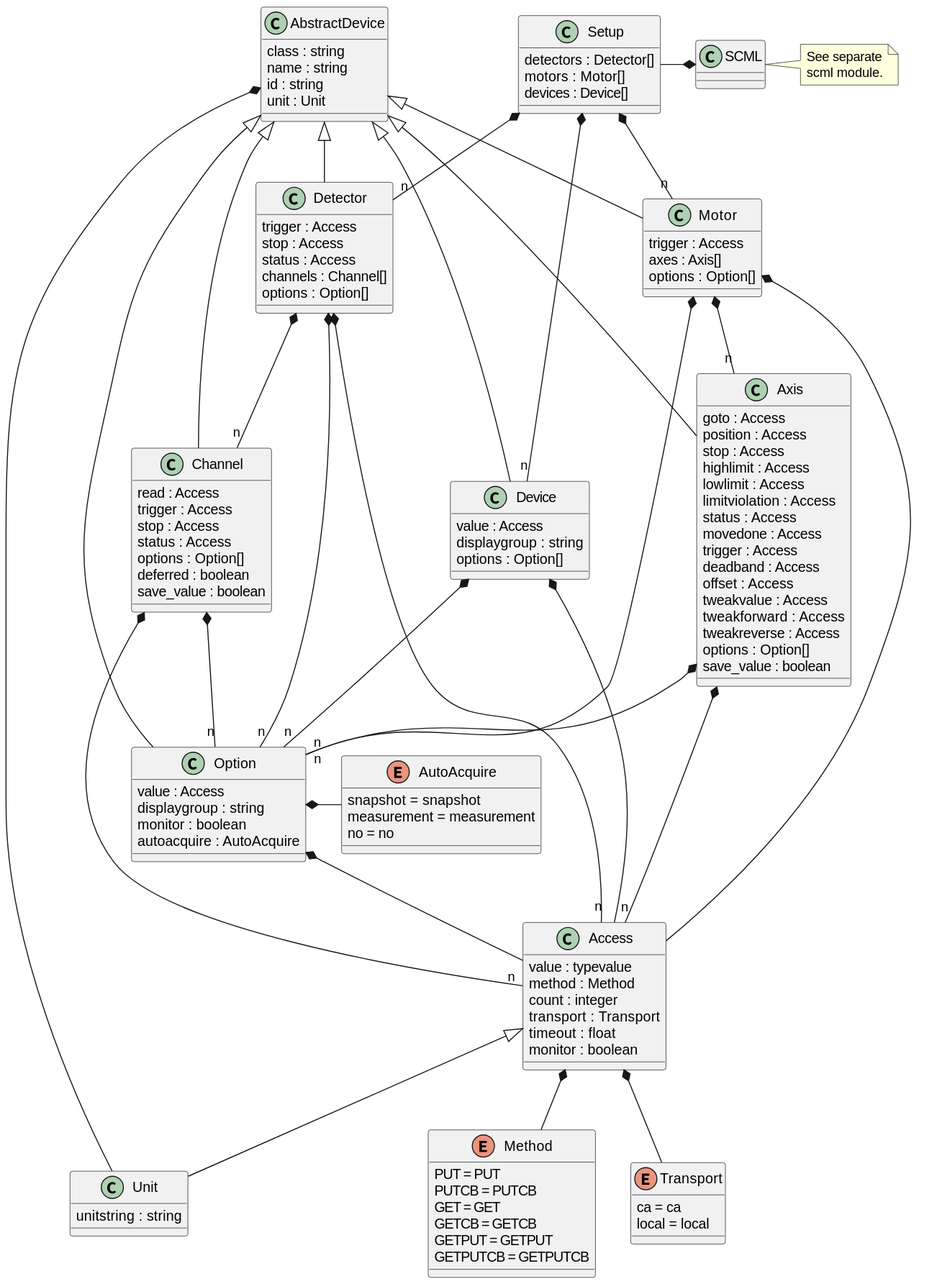
Earlier version of the PlantUML export docs/uml/evedata.scml.setup.svg (tillbiskup/evedata).
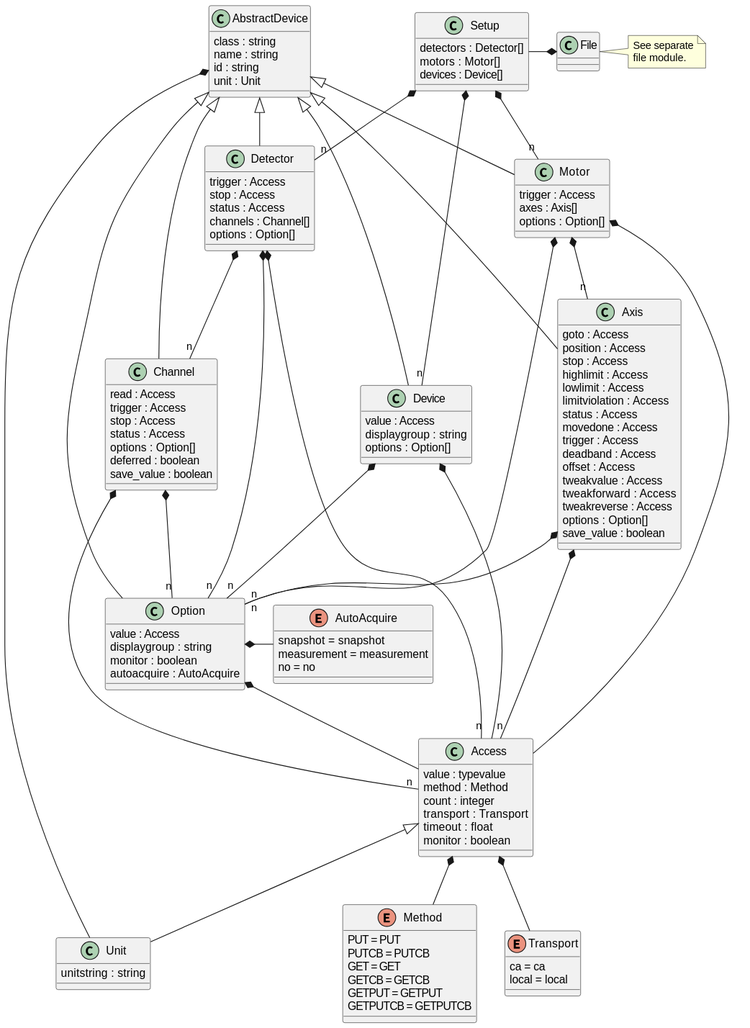
Later version of the same file.

Diff of the diagram source:
```diff
@@ -9,8 +9,8 @@
 Setup *-- "n" Motor
 Setup *-- "n" Device
 
-Setup -* SCML
-note right of SCML: See separate\nscml module.
+Setup -* File
+note right of File: See separate\nfile module.
 
 class AbstractDevice {
     class : string
```
